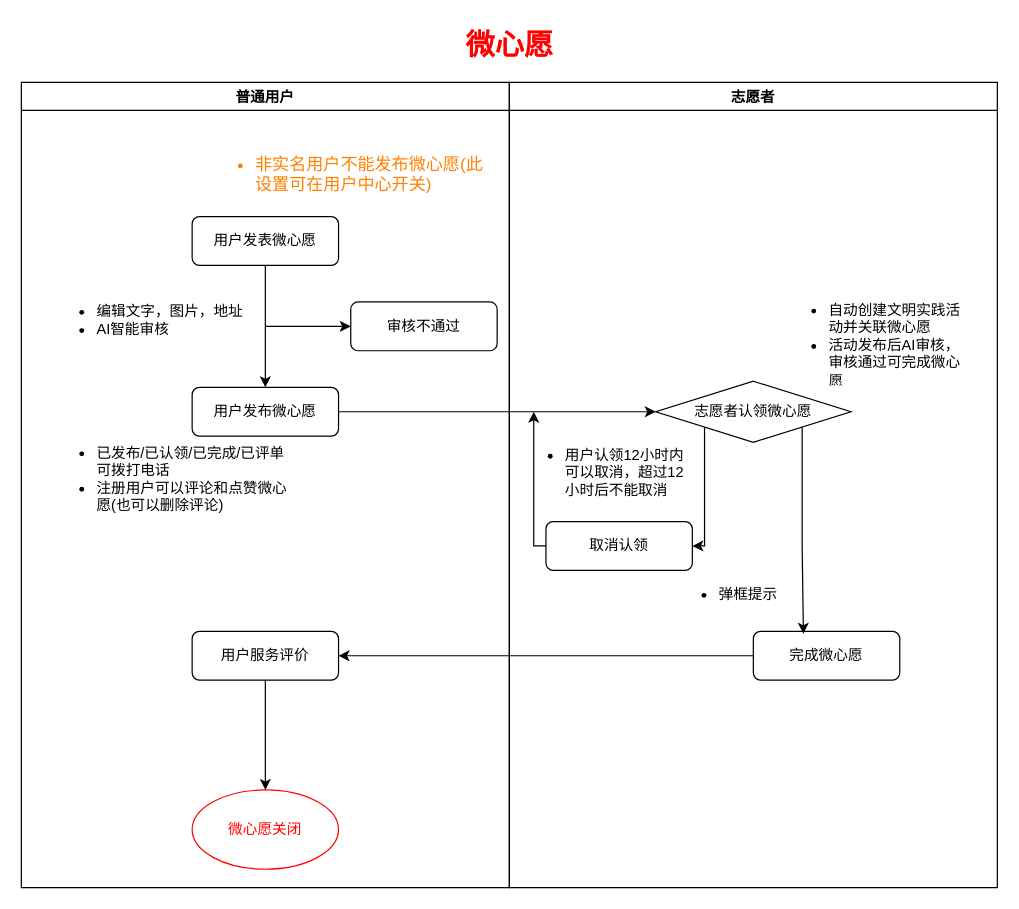
Earlier version of the draw.io diagram 微心愿.drawio (KZ137onethe/hello-world). Source tidied: cells renumbered, new cells numbered last; positions are measured from the earlier drawing's top-left corner, leaving out a move shared by most shapes. Both pictures are drawn from the tidied source at 122%, with x=0, y=0 at pixel (21, 21).
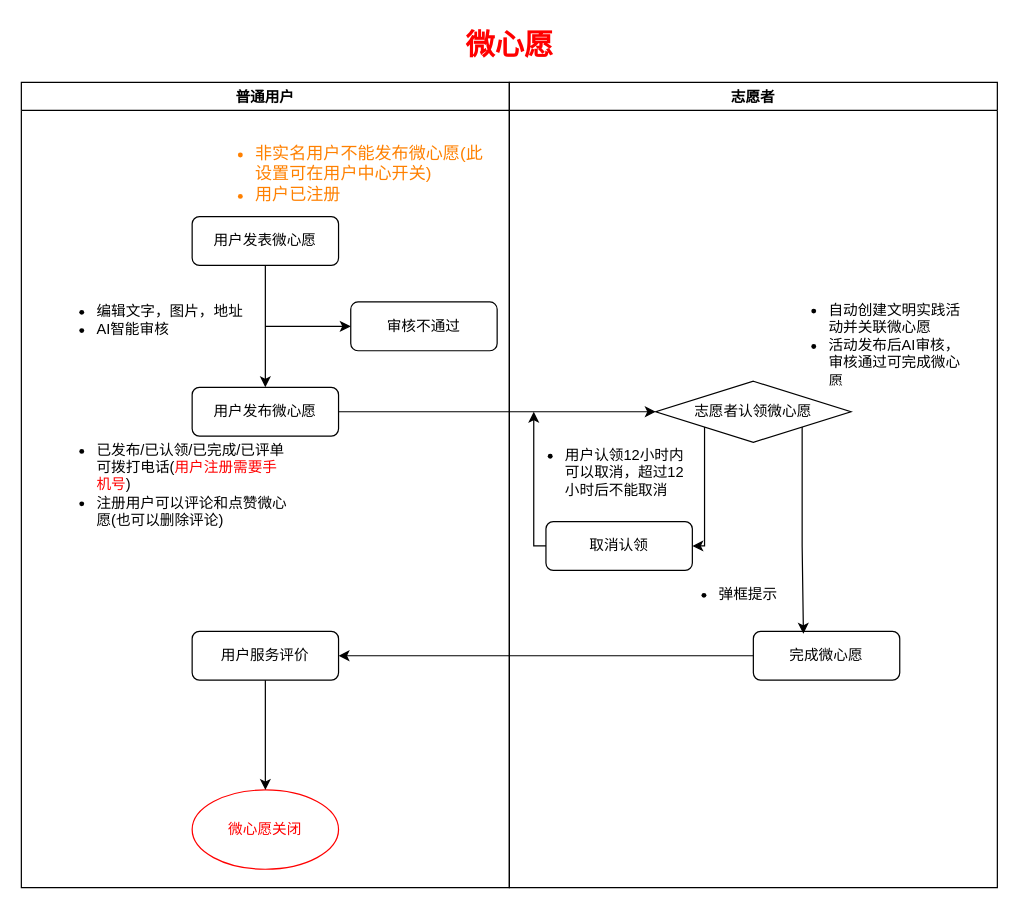
After the change.

Unchanged cells that the change refers to:
```xml
<mxCell id="2" value="普通用户" style="swimlane;" parent="1" vertex="1">
  <mxGeometry y="50" width="400" height="660" as="geometry" />
</mxCell>
```

The edit, as a diff of the source:
```diff
@@
-    <mxCell id="6" value="&lt;ul&gt;&lt;li&gt;已发布/已认领/已完成/已评单可拨打电话&lt;/li&gt;&lt;li&gt;注册用户可以评论和点赞微心愿(也可以删除评论)&lt;/li&gt;&lt;/ul&gt;" style="text;strokeColor=none;fillColor=none;html=1;whiteSpace=wrap;verticalAlign=middle;overflow=hidden;" parent="2" vertex="1">
+    <mxCell id="6" value="&lt;ul&gt;&lt;li&gt;已发布/已认领/已完成/已评单可拨打电话(&lt;font color=&quot;#ff0000&quot;&gt;用户注册需要手机号&lt;/font&gt;)&lt;/li&gt;&lt;li&gt;注册用户可以评论和点赞微心愿(也可以删除评论)&lt;/li&gt;&lt;/ul&gt;" style="text;strokeColor=none;fillColor=none;html=1;whiteSpace=wrap;verticalAlign=middle;overflow=hidden;" parent="2" vertex="1">
       <mxGeometry x="20" y="280" width="200" height="90" as="geometry" />
     </mxCell>
@@
-    <mxCell id="11" value="&lt;ul&gt;&lt;li&gt;&lt;span style=&quot;font-size: 14px ; background-color: rgb(255 , 255 , 255)&quot;&gt;非实名用户不能发布微心愿(此设置可在用户中心开关)&lt;/span&gt;&lt;/li&gt;&lt;/ul&gt;" style="text;strokeColor=none;fillColor=none;html=1;whiteSpace=wrap;verticalAlign=middle;overflow=hidden;fontColor=#FF8000;" parent="2" vertex="1">
+    <mxCell id="11" value="&lt;ul&gt;&lt;li&gt;&lt;span style=&quot;font-size: 14px ; background-color: rgb(255 , 255 , 255)&quot;&gt;非实名用户不能发布微心愿(此设置可在用户中心开关)&lt;/span&gt;&lt;/li&gt;&lt;li&gt;&lt;span style=&quot;font-size: 14px ; background-color: rgb(255 , 255 , 255)&quot;&gt;用户已注册&lt;/span&gt;&lt;/li&gt;&lt;/ul&gt;" style="text;strokeColor=none;fillColor=none;html=1;whiteSpace=wrap;verticalAlign=middle;overflow=hidden;fontColor=#FF8000;" parent="2" vertex="1">
       <mxGeometry x="150" y="10" width="230" height="130" as="geometry" />
     </mxCell>
```
